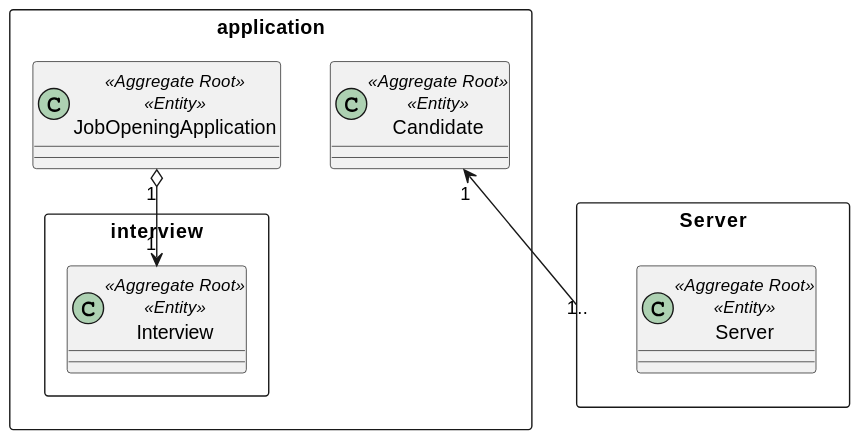
The PlantUML diagram docs/sprintC/1016/svg/1016-class-diagram.svg in marcoferreira37/Lapr4, before a commit.
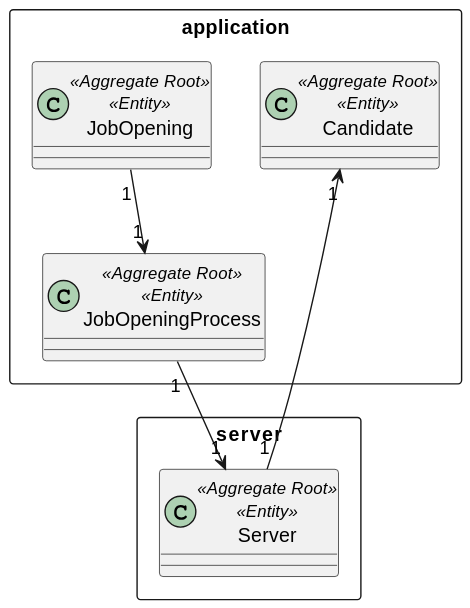
Above is the later version.

Commit message:
#41 update domain model, class diagram and sequence diagram

Diff of the diagram source:
```diff
@@ -1,22 +1,20 @@
 @startuml
 rectangle application{
-    class JobOpeningApplication<<Aggregate Root>><<Entity>>{}
+    class JobOpening<<Aggregate Root>><<Entity>>{}
 
+class JobOpeningProcess<<Aggregate Root>><<Entity>>{}
 
-rectangle interview{
-    class Interview<<Aggregate Root>><<Entity>>{}
-
-}
 
     class Candidate<<Aggregate Root>><<Entity>>{}
 
 }
 
-rectangle Server{
+rectangle server{
     class Server<<Aggregate Root>><<Entity>>{}
 
 }
 
-Candidate "1" <-- "1.."Server
-JobOpeningApplication"1" o--> "1"Interview
+Candidate "1" <-- "1"Server
+JobOpeningProcess "1" --> "1"Server
+JobOpening "1" --> "1"JobOpeningProcess
 @enduml
```
